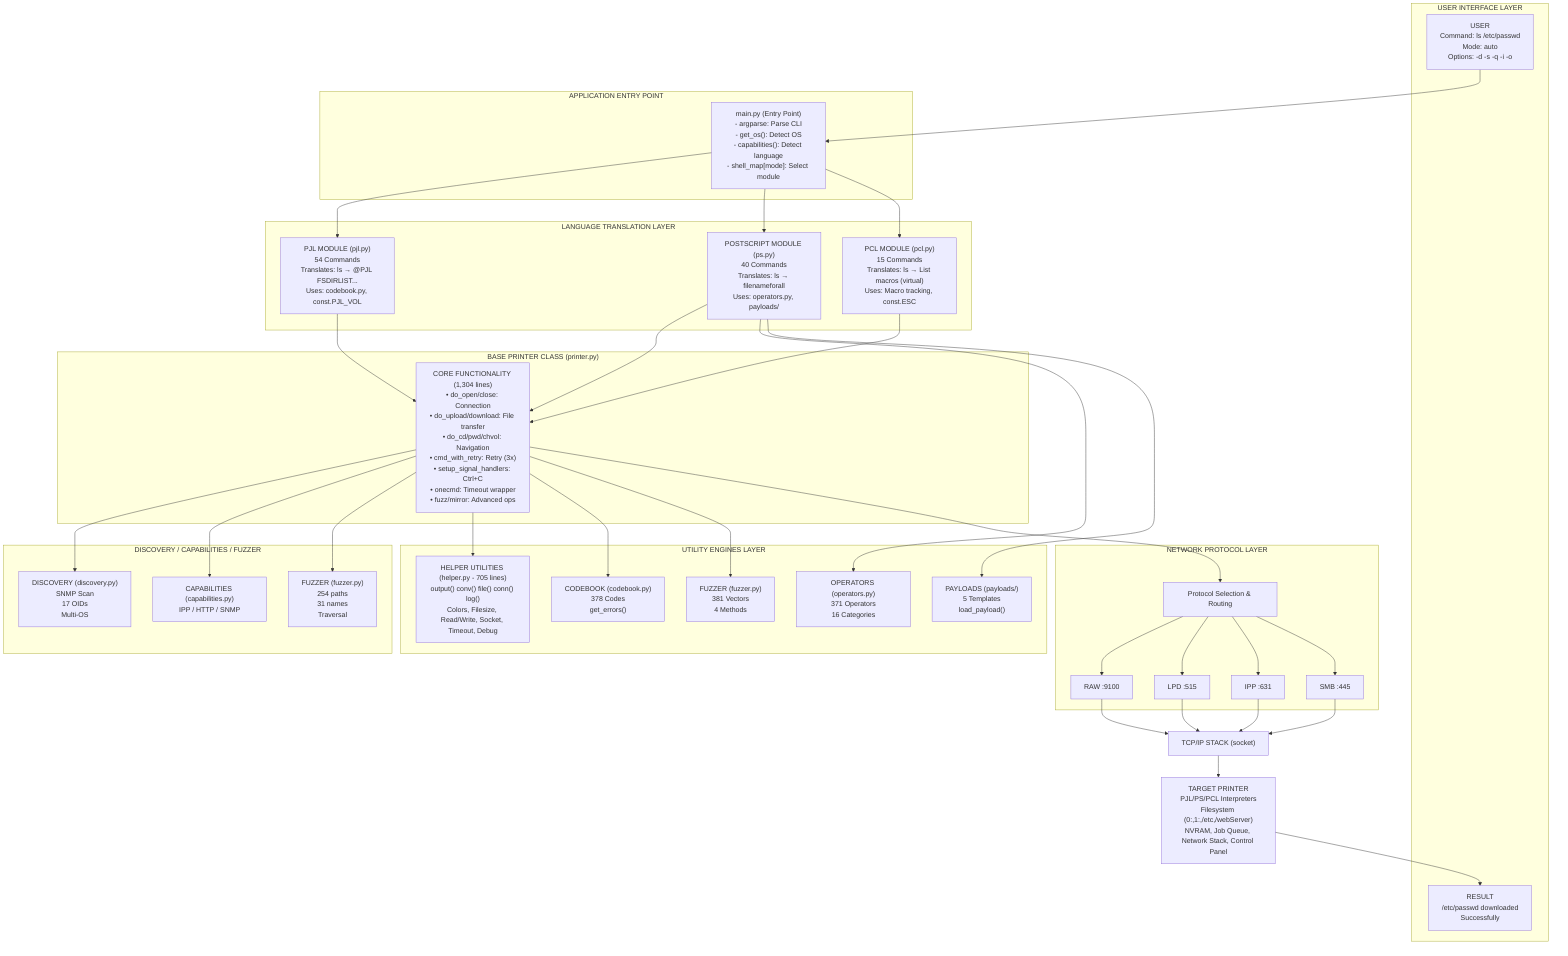
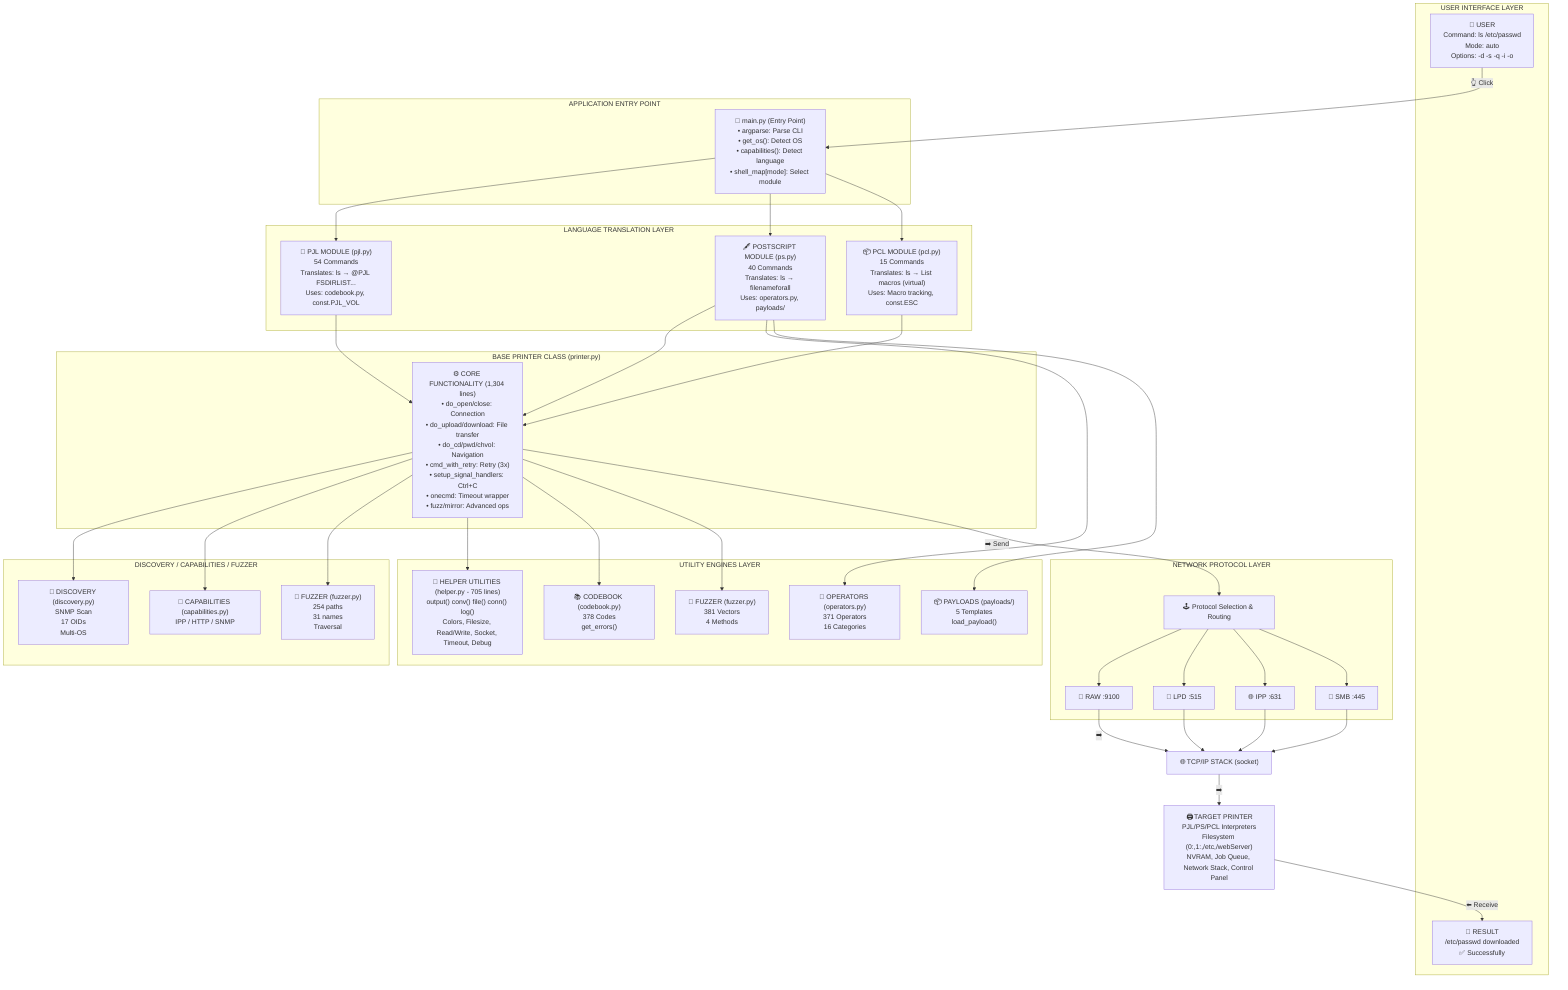
%% PrinterReaper v2.4.2 - Architecture Visual (from ARCHITECTURE_VISUAL.txt)
%% Generates: diagrams/png/architecture_ascii_visual.png
flowchart TB

  %% User Interface Layer
  subgraph UIL["USER INTERFACE LAYER"]
-     U["USER\nCommand: ls /etc/passwd\nMode: auto\nOptions: -d -s -q -i -o"]
-     RSLT["RESULT\n/etc/passwd downloaded\nSuccessfully"]
+   U["👤 USER\nCommand: ls /etc/passwd\nMode: auto\nOptions: -d -s -q -i -o"]
+   RSLT["📄 RESULT\n/etc/passwd downloaded\n✅ Successfully"]
  end

  %% Application Entry Point
  subgraph EP["APPLICATION ENTRY POINT"]
-     MAIN["main.py (Entry Point)\n- argparse: Parse CLI\n- get_os(): Detect OS\n- capabilities(): Detect language\n- shell_map[mode]: Select module"]
+     MAIN["🚪 main.py (Entry Point)\n• argparse: Parse CLI\n• get_os(): Detect OS\n• capabilities(): Detect language\n• shell_map[mode]: Select module"]
  end

  %% Language Translation Layer
  subgraph LTL["LANGUAGE TRANSLATION LAYER"]
-     PJL["PJL MODULE (pjl.py)\n54 Commands\nTranslates: ls → @PJL FSDIRLIST...\nUses: codebook.py, const.PJL_VOL"]
-     PS["POSTSCRIPT MODULE (ps.py)\n40 Commands\nTranslates: ls → filenameforall\nUses: operators.py, payloads/"]
-     PCL["PCL MODULE (pcl.py)\n15 Commands\nTranslates: ls → List macros (virtual)\nUses: Macro tracking, const.ESC"]
+     PJL["🧭 PJL MODULE (pjl.py)\n54 Commands\nTranslates: ls → @PJL FSDIRLIST...\nUses: codebook.py, const.PJL_VOL"]
+     PS["🖋️ POSTSCRIPT MODULE (ps.py)\n40 Commands\nTranslates: ls → filenameforall\nUses: operators.py, payloads/"]
+     PCL["📦 PCL MODULE (pcl.py)\n15 Commands\nTranslates: ls → List macros (virtual)\nUses: Macro tracking, const.ESC"]
  end

  %% Base Printer Class
  subgraph BPC["BASE PRINTER CLASS (printer.py)"]
-   CORE["CORE FUNCTIONALITY (1,304 lines)\n• do_open/close: Connection\n• do_upload/download: File transfer\n• do_cd/pwd/chvol: Navigation\n• cmd_with_retry: Retry (3x)\n• setup_signal_handlers: Ctrl+C\n• onecmd: Timeout wrapper\n• fuzz/mirror: Advanced ops"]
+     CORE["⚙️ CORE FUNCTIONALITY (1,304 lines)\n• do_open/close: Connection\n• do_upload/download: File transfer\n• do_cd/pwd/chvol: Navigation\n• cmd_with_retry: Retry (3x)\n• setup_signal_handlers: Ctrl+C\n• onecmd: Timeout wrapper\n• fuzz/mirror: Advanced ops"]
  end

  %% Discovery / Capabilities / Fuzzer
  subgraph DCF["DISCOVERY / CAPABILITIES / FUZZER"]
-     DISC["DISCOVERY (discovery.py)\nSNMP Scan\n17 OIDs\nMulti-OS"]
-     CAP["CAPABILITIES (capabilities.py)\nIPP / HTTP / SNMP"]
-     FZZ["FUZZER (fuzzer.py)\n254 paths\n31 names\nTraversal"]
+     DISC["🔎 DISCOVERY (discovery.py)\nSNMP Scan\n17 OIDs\nMulti-OS"]
+     CAP["🧩 CAPABILITIES (capabilities.py)\nIPP / HTTP / SNMP"]
+     FZZ["🧪 FUZZER (fuzzer.py)\n254 paths\n31 names\nTraversal"]
  end

  %% Utility Engines Layer
  subgraph UEL["UTILITY ENGINES LAYER"]
-     HLP["HELPER UTILITIES (helper.py - 705 lines)\noutput() conv() file() conn() log()\nColors, Filesize, Read/Write, Socket, Timeout, Debug"]
-     CBK["CODEBOOK (codebook.py)\n378 Codes\nget_errors()"]
-     OPS["OPERATORS (operators.py)\n371 Operators\n16 Categories"]
-     PAY["PAYLOADS (payloads/)\n5 Templates\nload_payload()"]
-     FZ2["FUZZER (fuzzer.py)\n381 Vectors\n4 Methods"]
+     HLP["🧰 HELPER UTILITIES (helper.py - 705 lines)\noutput() conv() file() conn() log()\nColors, Filesize, Read/Write, Socket, Timeout, Debug"]
+     CBK["📚 CODEBOOK (codebook.py)\n378 Codes\nget_errors()"]
+     OPS["🧮 OPERATORS (operators.py)\n371 Operators\n16 Categories"]
+     PAY["📦 PAYLOADS (payloads/)\n5 Templates\nload_payload()"]
+     FZ2["🧪 FUZZER (fuzzer.py)\n381 Vectors\n4 Methods"]
  end

  %% Network Protocol Layer
  subgraph NPL["NETWORK PROTOCOL LAYER"]
-     ROUTE["Protocol Selection & Routing"]
-     RAW["RAW :9100"]
-     LPD["LPD :515"]
-     IPP["IPP :631"]
-     SMB["SMB :445"]
+     ROUTE["🕹️ Protocol Selection & Routing"]
+     RAW["🔌 RAW :9100"]
+     LPD["📮 LPD :515"]
+     IPP["🌐 IPP :631"]
+     SMB["🧷 SMB :445"]
  end

  %% TCP/IP and Target
-   TCP["TCP/IP STACK (socket)"]
-   PRN["TARGET PRINTER\nPJL/PS/PCL Interpreters\nFilesystem (0:,1:,/etc,/webServer)\nNVRAM, Job Queue, Network Stack, Control Panel"]
+   TCP["🌐 TCP/IP STACK (socket)"]
+   PRN["🖨️ TARGET PRINTER\nPJL/PS/PCL Interpreters\nFilesystem (0:,1:,/etc,/webServer)\nNVRAM, Job Queue, Network Stack, Control Panel"]

  %% Flows
-   U --> MAIN
+   U -->|👆 Click| MAIN
  MAIN --> PJL
  MAIN --> PS
  MAIN --> PCL
  PJL --> CORE
  PS --> CORE
  PCL --> CORE
  CORE --> DISC
  CORE --> CAP
  CORE --> FZZ
  CORE --> HLP
  CORE --> CBK
  CORE --> FZ2
  PS --> OPS
  PS --> PAY
-   CORE --> ROUTE
+   CORE -->|➡️ Send| ROUTE
  ROUTE --> RAW
  ROUTE --> LPD
  ROUTE --> IPP
  ROUTE --> SMB
-   RAW --> TCP --> PRN
+   RAW -->|➡️| TCP -->|➡️| PRN
  LPD --> TCP
  IPP --> TCP
  SMB --> TCP
-   PRN --> RSLT
+   PRN -->|⬅️ Receive| RSLT

